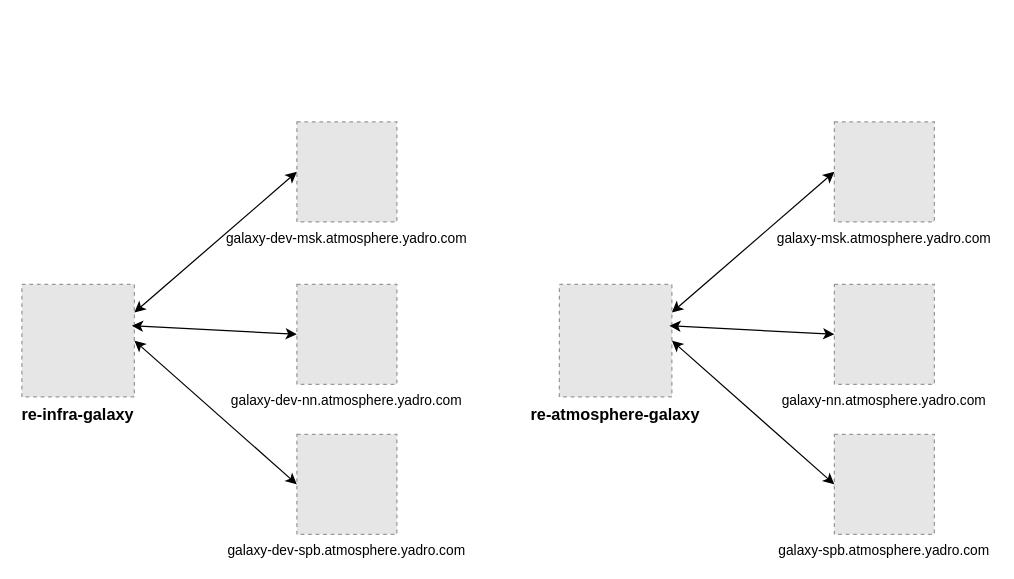
Above: page "Page-1" (1 of 2) of Galactory.drawio in shomeax/diagrams (draw.io), before the change. Source tidied: cells renumbered, new cells numbered last; positions are measured from the earlier drawing's top-left corner, leaving out a move shared by most shapes. Both pictures are drawn from the tidied source at 125%, with x=0, y=0 at pixel (21, 121). Pictures stored in the file or linked from it are replaced by grey dashed boxes.
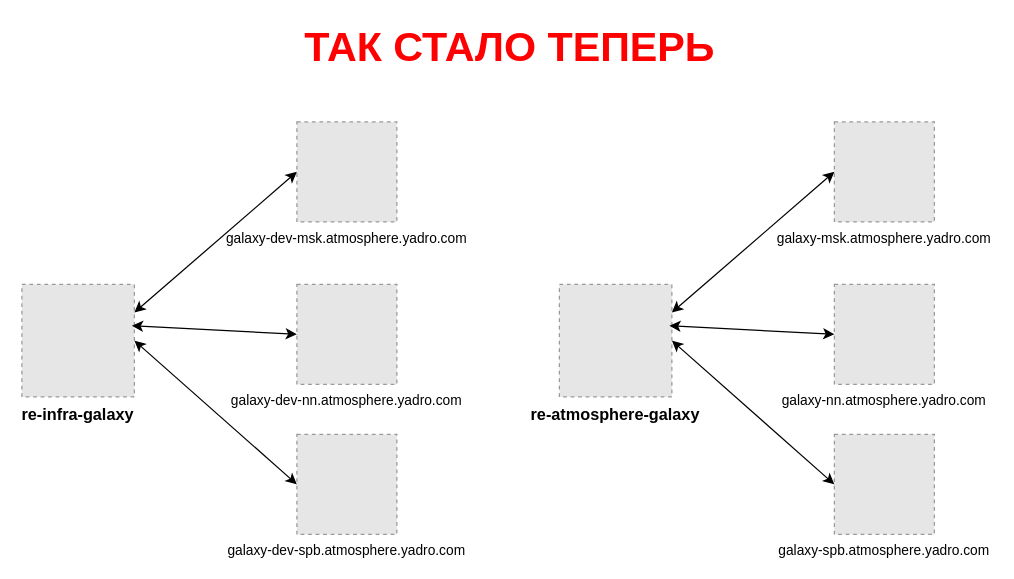
After the change.

Change to the diagram source:
```diff
@@
 <mxGraphModel>
   <root>
     <mxCell id="0" />
     <mxCell id="1" parent="0" />
     <mxCell id="2" value="re-atmosphere-galaxy" style="fillColor=#E6E6E6;strokeColor=#999999;dashed=1;verticalLabelPosition=bottom;verticalAlign=top;fontStyle=1;fontSize=13;" parent="1" vertex="1">
       <mxGeometry x="430" y="130" width="90" height="90" as="geometry" />
     </mxCell>
     <mxCell id="3" value="galaxy-nn.atmosphere.yadro.com" style="fillColor=#E6E6E6;strokeColor=#999999;dashed=1;verticalLabelPosition=bottom;verticalAlign=top;fontSize=11;" parent="1" vertex="1">
       <mxGeometry x="650" y="130" width="80" height="80" as="geometry" />
     </mxCell>
     <mxCell id="4" value="galaxy-spb.atmosphere.yadro.com" style="fillColor=#E6E6E6;strokeColor=#999999;dashed=1;verticalLabelPosition=bottom;verticalAlign=top;fontSize=11;" parent="1" vertex="1">
       <mxGeometry x="650" y="250" width="80" height="80" as="geometry" />
     </mxCell>
     <mxCell id="5" value="galaxy-msk.atmosphere.yadro.com" style="fillColor=#E6E6E6;strokeColor=#999999;dashed=1;verticalLabelPosition=bottom;verticalAlign=top;fontSize=11;" parent="1" vertex="1">
       <mxGeometry x="650" width="80" height="80" as="geometry" />
     </mxCell>
     <mxCell id="6" style="endArrow=classic;startArrow=classic;html=1;rounded=0;entryX=0;entryY=0.5;entryDx=0;entryDy=0;exitX=1;exitY=0.5;exitDx=0;exitDy=0;fontSize=11;" parent="1" edge="1" source="2" target="4">
       <mxGeometry relative="1" as="geometry" />
     </mxCell>
     <mxCell id="7" style="endArrow=classic;startArrow=classic;html=1;rounded=0;entryX=0;entryY=0.5;entryDx=0;entryDy=0;exitX=0.978;exitY=0.367;exitDx=0;exitDy=0;exitPerimeter=0;fontSize=11;" parent="1" edge="1" source="2" target="3">
       <mxGeometry relative="1" as="geometry" />
     </mxCell>
     <mxCell id="8" style="endArrow=classic;startArrow=classic;html=1;rounded=0;entryX=0;entryY=0.5;entryDx=0;entryDy=0;exitX=1;exitY=0.25;exitDx=0;exitDy=0;fontSize=11;" parent="1" edge="1" source="2" target="5">
       <mxGeometry relative="1" as="geometry" />
     </mxCell>
     <mxCell id="9" value="re-infra-galaxy" style="fillColor=#E6E6E6;strokeColor=#999999;dashed=1;verticalLabelPosition=bottom;verticalAlign=top;fontStyle=1;fontSize=13;" parent="1" vertex="1">
       <mxGeometry y="130" width="90" height="90" as="geometry" />
     </mxCell>
     <mxCell id="10" value="galaxy-dev-nn.atmosphere.yadro.com" style="fillColor=#E6E6E6;strokeColor=#999999;dashed=1;verticalLabelPosition=bottom;verticalAlign=top;fontSize=11;" parent="1" vertex="1">
       <mxGeometry x="220" y="130" width="80" height="80" as="geometry" />
     </mxCell>
     <mxCell id="11" value="galaxy-dev-spb.atmosphere.yadro.com" style="fillColor=#E6E6E6;strokeColor=#999999;dashed=1;verticalLabelPosition=bottom;verticalAlign=top;fontSize=11;" parent="1" vertex="1">
       <mxGeometry x="220" y="250" width="80" height="80" as="geometry" />
     </mxCell>
     <mxCell id="12" value="galaxy-dev-msk.atmosphere.yadro.com" style="fillColor=#E6E6E6;strokeColor=#999999;dashed=1;verticalLabelPosition=bottom;verticalAlign=top;fontSize=11;" parent="1" vertex="1">
       <mxGeometry x="220" width="80" height="80" as="geometry" />
     </mxCell>
     <mxCell id="13" style="endArrow=classic;startArrow=classic;html=1;rounded=0;entryX=0;entryY=0.5;entryDx=0;entryDy=0;exitX=1;exitY=0.5;exitDx=0;exitDy=0;" parent="1" edge="1" source="9" target="11">
       <mxGeometry relative="1" as="geometry" />
     </mxCell>
     <mxCell id="14" style="endArrow=classic;startArrow=classic;html=1;rounded=0;entryX=0;entryY=0.5;entryDx=0;entryDy=0;exitX=0.978;exitY=0.367;exitDx=0;exitDy=0;exitPerimeter=0;" parent="1" edge="1" source="9" target="10">
       <mxGeometry relative="1" as="geometry" />
     </mxCell>
     <mxCell id="15" style="endArrow=classic;startArrow=classic;html=1;rounded=0;entryX=0;entryY=0.5;entryDx=0;entryDy=0;exitX=1;exitY=0.25;exitDx=0;exitDy=0;" parent="1" edge="1" source="9" target="12">
       <mxGeometry relative="1" as="geometry" />
     </mxCell>
+    <mxCell id="16" value="&lt;font style=&quot;font-size: 33px;&quot; color=&quot;#ff0000&quot;&gt;ТАК СТАЛО ТЕПЕРЬ&lt;/font&gt;" style="text;strokeColor=none;fillColor=none;html=1;fontSize=24;fontStyle=1;verticalAlign=middle;align=center;" parent="1" vertex="1">
+      <mxGeometry x="340" y="-80" width="100" height="40" as="geometry" />
+    </mxCell>
   </root>
 </mxGraphModel>
```
